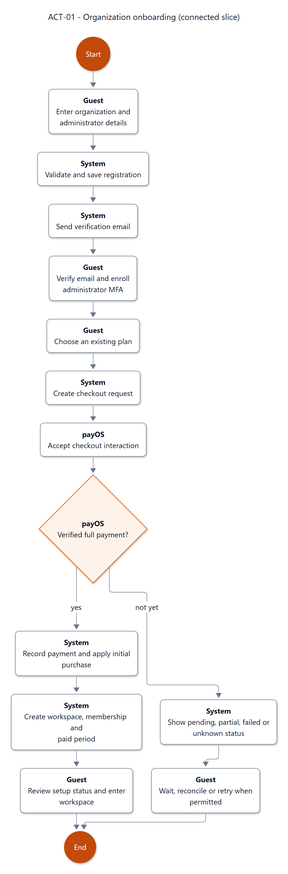
SEP490-Fall-2026-GFA26SE64/SEP490 keeps this Mermaid diagram as documents/diagrams/mermaid/act-01.png. Above is the earlier version. Its source is kept beside it as documents/diagrams/mermaid/act-01.mmd.
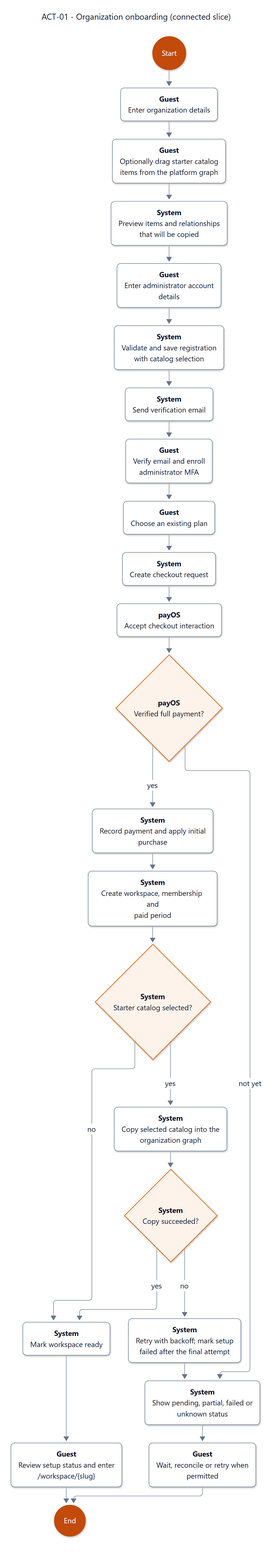
The same file after the commit.

What changed in the source:
```diff
@@ -4,22 +4,33 @@
 ---
 flowchart TD
     SRS_ACT_01_N1(("Start"))
-    SRS_ACT_01_N2["<b>Guest</b><br/>Enter organization and<br/>administrator details"]
+    SRS_ACT_01_N2["<b>Guest</b><br/>Enter organization details"]
+    SRS_ACT_01_N16["<b>Guest</b><br/>Optionally drag starter catalog<br/>items from the platform graph"]
+    SRS_ACT_01_N17["<b>System</b><br/>Preview items and relationships<br/>that will be copied"]
+    SRS_ACT_01_N18["<b>Guest</b><br/>Enter administrator account<br/>details"]
+    SRS_ACT_01_N3["<b>System</b><br/>Validate and save registration<br/>with catalog selection"]
+    SRS_ACT_01_N4["<b>System</b><br/>Send verification email"]
     SRS_ACT_01_N5["<b>Guest</b><br/>Verify email and enroll<br/>administrator MFA"]
     SRS_ACT_01_N6["<b>Guest</b><br/>Choose an existing plan"]
-    SRS_ACT_01_N12["<b>Guest</b><br/>Review setup status and enter<br/>workspace"]
+    SRS_ACT_01_N7["<b>System</b><br/>Create checkout request"]
+    SRS_ACT_01_N8["<b>payOS</b><br/>Accept checkout interaction"]
+    SRS_ACT_01_N9{"<b>payOS</b><br/>Verified full payment?"}
+    SRS_ACT_01_N10["<b>System</b><br/>Record payment and apply initial<br/>purchase"]
+    SRS_ACT_01_N11["<b>System</b><br/>Create workspace, membership and<br/>paid period"]
+    SRS_ACT_01_N19{"<b>System</b><br/>Starter catalog selected?"}
+    SRS_ACT_01_N20["<b>System</b><br/>Copy selected catalog into the<br/>organization graph"]
+    SRS_ACT_01_N21{"<b>System</b><br/>Copy succeeded?"}
+    SRS_ACT_01_N22["<b>System</b><br/>Retry with backoff; mark setup<br/>failed after the final attempt"]
+    SRS_ACT_01_N23["<b>System</b><br/>Mark workspace ready"]
+    SRS_ACT_01_N12["<b>Guest</b><br/>Review setup status and enter<br/>/workspace/{slug}"]
+    SRS_ACT_01_N13["<b>System</b><br/>Show pending, partial, failed or<br/>unknown status"]
     SRS_ACT_01_N14["<b>Guest</b><br/>Wait, reconcile or retry when<br/>permitted"]
     SRS_ACT_01_N15(("End"))
-    SRS_ACT_01_N3["<b>System</b><br/>Validate and save registration"]
-    SRS_ACT_01_N4["<b>System</b><br/>Send verification email"]
-    SRS_ACT_01_N7["<b>System</b><br/>Create checkout request"]
-    SRS_ACT_01_N10["<b>System</b><br/>Record payment and apply initial<br/>purchase"]
-    SRS_ACT_01_N11["<b>System</b><br/>Create workspace, membership and<br/>paid period"]
-    SRS_ACT_01_N13["<b>System</b><br/>Show pending, partial, failed or<br/>unknown status"]
-    SRS_ACT_01_N8["<b>payOS</b><br/>Accept checkout interaction"]
-    SRS_ACT_01_N9{"<b>payOS</b><br/>Verified full payment?"}
   SRS_ACT_01_N1 --> SRS_ACT_01_N2
-  SRS_ACT_01_N2 --> SRS_ACT_01_N3
+  SRS_ACT_01_N2 --> SRS_ACT_01_N16
+  SRS_ACT_01_N16 --> SRS_ACT_01_N17
+  SRS_ACT_01_N17 --> SRS_ACT_01_N18
+  SRS_ACT_01_N18 --> SRS_ACT_01_N3
   SRS_ACT_01_N3 --> SRS_ACT_01_N4
   SRS_ACT_01_N4 --> SRS_ACT_01_N5
   SRS_ACT_01_N5 --> SRS_ACT_01_N6
@@ -28,7 +39,14 @@
   SRS_ACT_01_N8 --> SRS_ACT_01_N9
   SRS_ACT_01_N9 -->|"yes"| SRS_ACT_01_N10
   SRS_ACT_01_N10 --> SRS_ACT_01_N11
-  SRS_ACT_01_N11 --> SRS_ACT_01_N12
+  SRS_ACT_01_N11 --> SRS_ACT_01_N19
+  SRS_ACT_01_N19 -->|"no"| SRS_ACT_01_N23
+  SRS_ACT_01_N19 -->|"yes"| SRS_ACT_01_N20
+  SRS_ACT_01_N20 --> SRS_ACT_01_N21
+  SRS_ACT_01_N21 -->|"yes"| SRS_ACT_01_N23
+  SRS_ACT_01_N21 -->|"no"| SRS_ACT_01_N22
+  SRS_ACT_01_N22 --> SRS_ACT_01_N13
+  SRS_ACT_01_N23 --> SRS_ACT_01_N12
   SRS_ACT_01_N9 -->|"not yet"| SRS_ACT_01_N13
   SRS_ACT_01_N13 --> SRS_ACT_01_N14
   SRS_ACT_01_N12 --> SRS_ACT_01_N15
@@ -36,6 +54,6 @@
 
   classDef default fill:#ffffff,stroke:#64748b,color:#0f1729,stroke-width:1px,rx:8,ry:8
   classDef decision fill:#fef3eb,stroke:#e6650f,color:#0f1729,stroke-width:1.5px
-  class SRS_ACT_01_N9 decision
+  class SRS_ACT_01_N9,SRS_ACT_01_N19,SRS_ACT_01_N21 decision
   classDef entry fill:#c24a0a,stroke:#c24a0a,color:#ffffff,stroke-width:1.5px
   class SRS_ACT_01_N1,SRS_ACT_01_N15 entry
```
